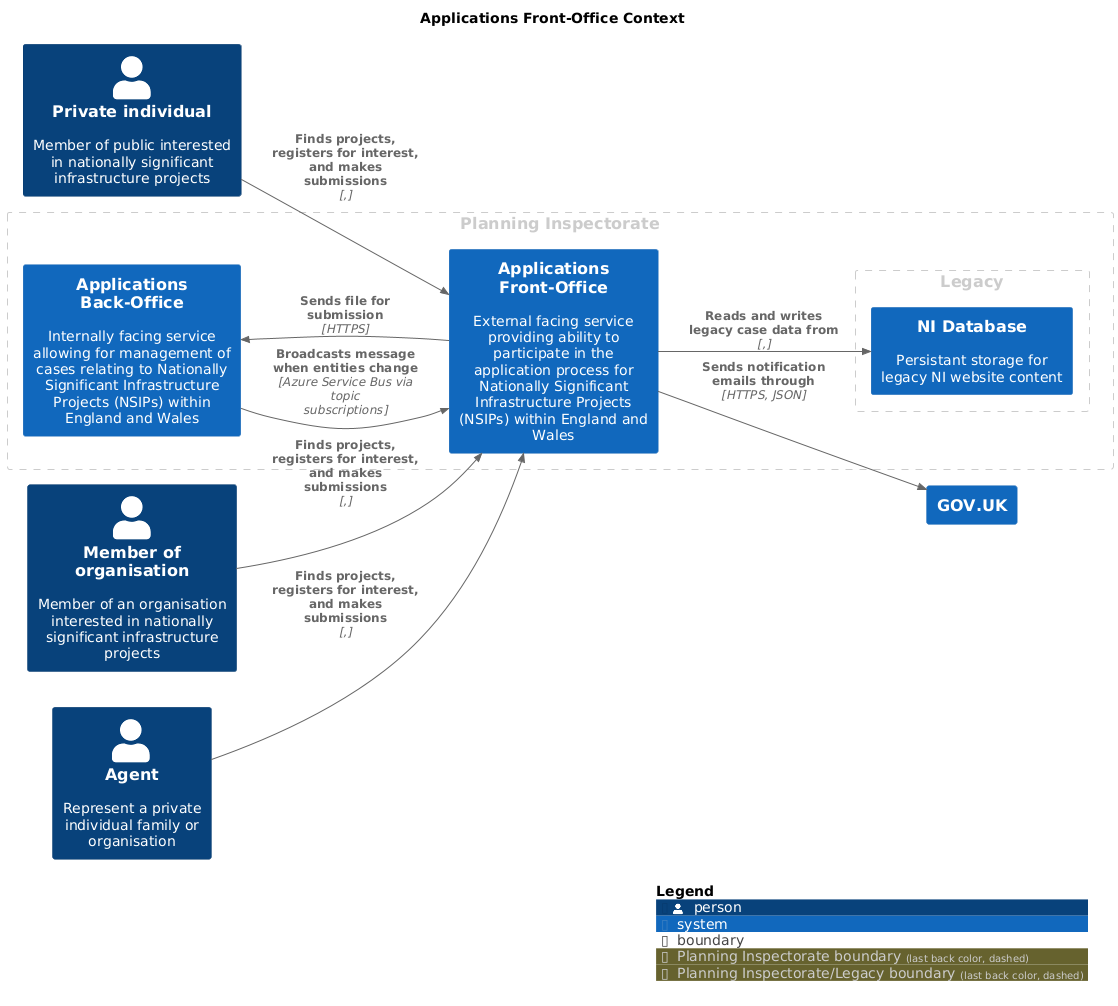
Planning-Inspectorate/applications-service keeps this PlantUML diagram as master/png/ApplicationsFOContext.png. Above is the earlier version.
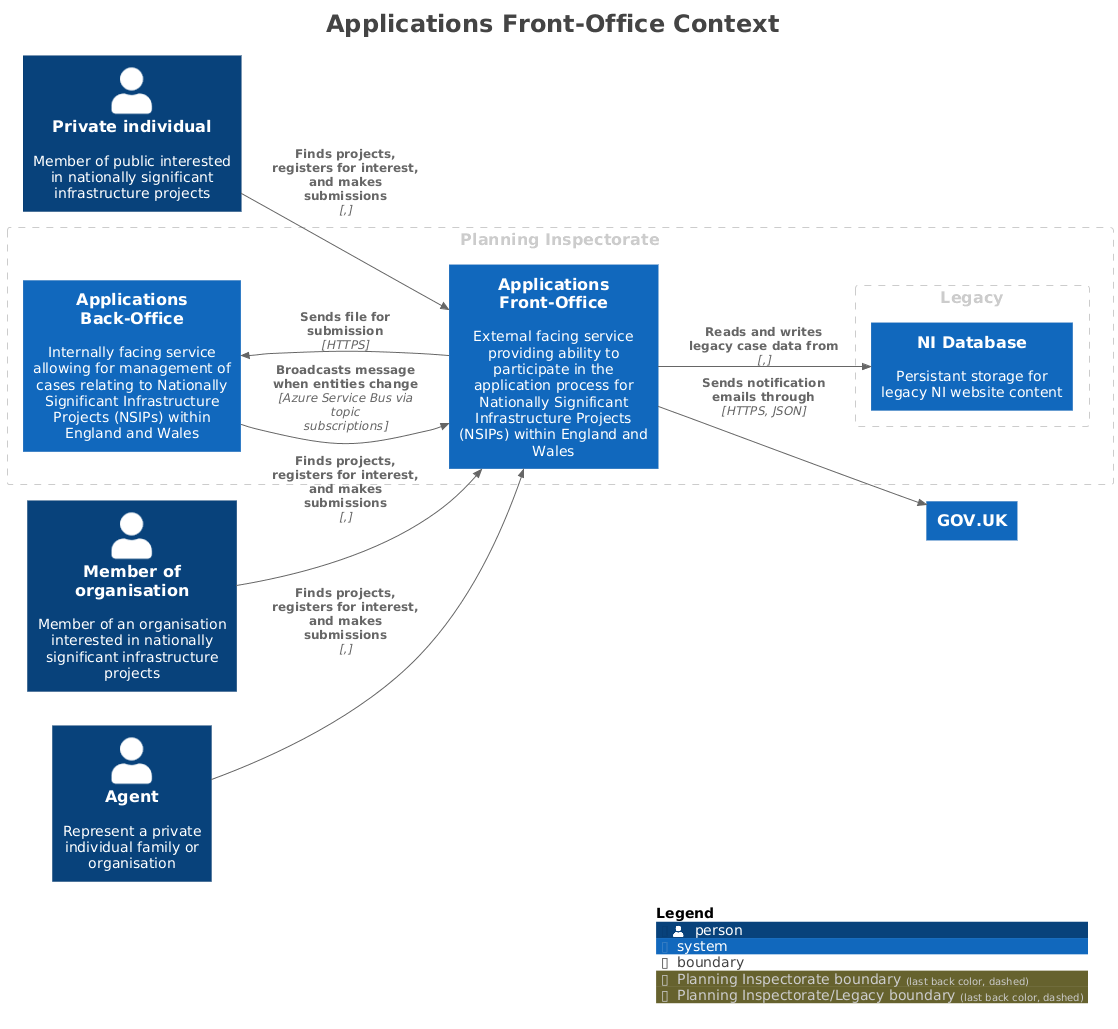
The same file after the commit.

Diff of the diagram source:
```diff
@@ -1,8 +1,15 @@
 @startuml
+title <size:24>Applications Front-Office Context</size>
+
 set separator none
-title Applications Front-Office Context
+left to right direction
 
-left to right direction
+<style>
+  root {
+    BackgroundColor: #ffffff
+    FontColor: #444444
+  }
+</style>
 
 !include <C4/C4>
 !include <C4/C4_Context>
@@ -32,4 +39,5 @@
 Rel(ApplicationsFrontOffice, NIDatabase, "Reads and writes legacy case data from", $techn=",", $tags="", $link="")
 
 SHOW_LEGEND(true)
+hide stereotypes
 @enduml
```
